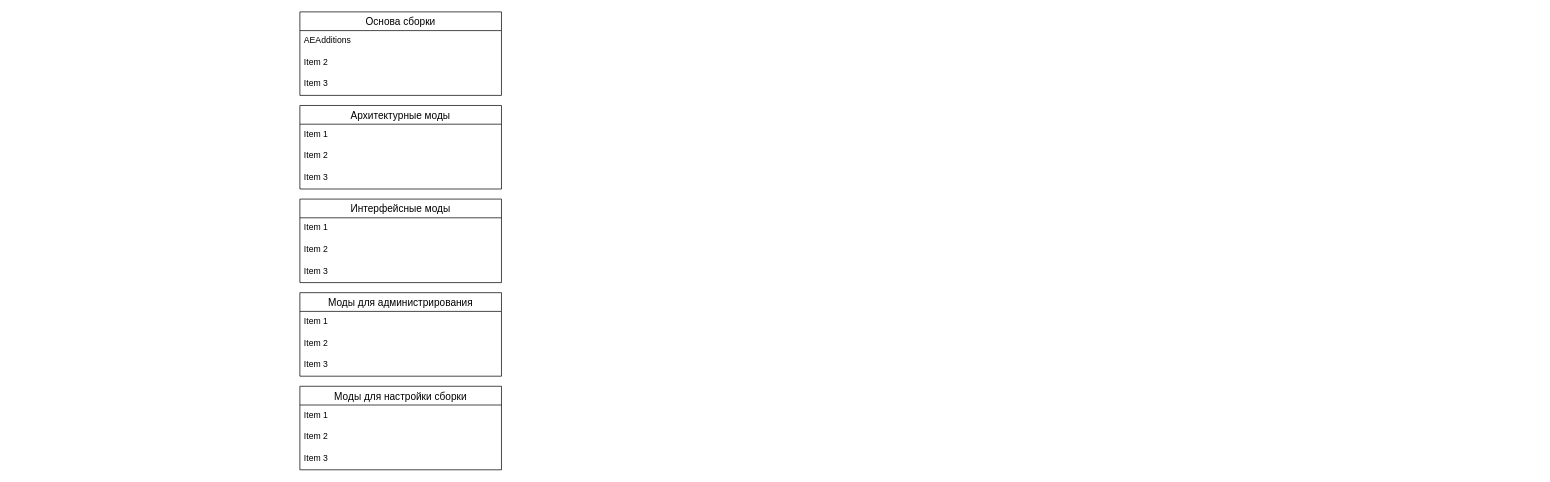
Above: modlist/modlist.drawio in IIAu2/IIAu2 (draw.io), before the change. Source tidied: cells renumbered, new cells numbered last; positions are measured from the earlier drawing's top-left corner, leaving out a move shared by most shapes. Both pictures are drawn from the tidied source at 72%, with x=0, y=0 at pixel (300, 12).
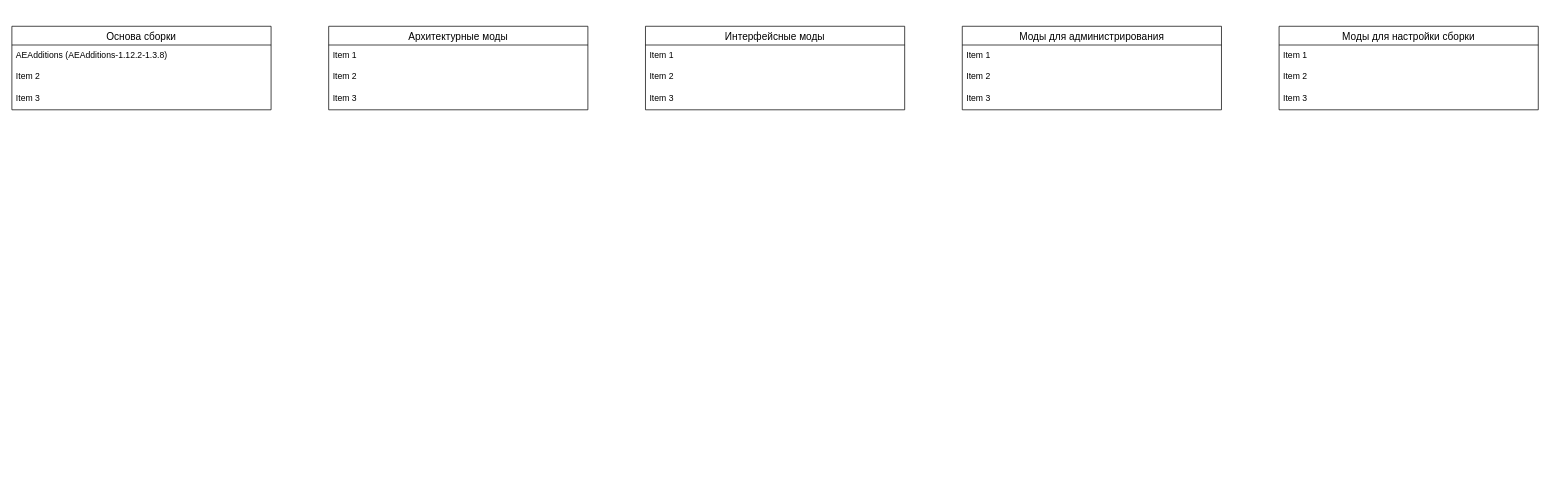
Above is the later version.

Commit message:
#1 Changed sizes and rearrange groups. Added One mod modlist.drawio

What changed in the source:
```diff
@@
     <mxCell id="2" value="Интерфейсные моды" style="swimlane;fontStyle=0;horizontal=1;startSize=26;align=center;fontSize=14;" parent="1" vertex="1">
-      <mxGeometry y="260" width="280" height="116" as="geometry" />
+      <mxGeometry x="480" y="20" width="360" height="116" as="geometry" />
     </mxCell>
     <mxCell id="3" value="Item 1" style="text;strokeColor=none;fillColor=none;spacingLeft=4;spacingRight=4;overflow=hidden;fontSize=12;" parent="2" vertex="1">
-      <mxGeometry y="26" width="280" height="30" as="geometry" />
+      <mxGeometry y="26" width="360" height="30" as="geometry" />
     </mxCell>
     <mxCell id="4" value="Item 2" style="text;strokeColor=none;fillColor=none;spacingLeft=4;spacingRight=4;overflow=hidden;fontSize=12;" parent="2" vertex="1">
-      <mxGeometry y="56" width="280" height="30" as="geometry" />
+      <mxGeometry y="56" width="360" height="30" as="geometry" />
     </mxCell>
     <mxCell id="5" value="Item 3" style="text;strokeColor=none;fillColor=none;spacingLeft=4;spacingRight=4;overflow=hidden;fontSize=12;" parent="2" vertex="1">
-      <mxGeometry y="86" width="280" height="30" as="geometry" />
+      <mxGeometry y="86" width="360" height="30" as="geometry" />
     </mxCell>
     <mxCell id="6" value="Моды для администрирования" style="swimlane;fontStyle=0;horizontal=1;startSize=26;align=center;fontSize=14;" parent="1" vertex="1">
-      <mxGeometry y="390" width="280" height="116" as="geometry" />
+      <mxGeometry x="920" y="20" width="360" height="116" as="geometry" />
     </mxCell>
     <mxCell id="7" value="Item 1" style="text;strokeColor=none;fillColor=none;spacingLeft=4;spacingRight=4;overflow=hidden;fontSize=12;" parent="6" vertex="1">
-      <mxGeometry y="26" width="280" height="30" as="geometry" />
+      <mxGeometry y="26" width="360" height="30" as="geometry" />
     </mxCell>
     <mxCell id="8" value="Item 2" style="text;strokeColor=none;fillColor=none;spacingLeft=4;spacingRight=4;overflow=hidden;fontSize=12;" parent="6" vertex="1">
-      <mxGeometry y="56" width="280" height="30" as="geometry" />
+      <mxGeometry y="56" width="360" height="30" as="geometry" />
     </mxCell>
     <mxCell id="9" value="Item 3" style="text;strokeColor=none;fillColor=none;spacingLeft=4;spacingRight=4;overflow=hidden;fontSize=12;" parent="6" vertex="1">
-      <mxGeometry y="86" width="280" height="30" as="geometry" />
+      <mxGeometry y="86" width="360" height="30" as="geometry" />
     </mxCell>
     <mxCell id="10" value="Архитектурные моды" style="swimlane;fontStyle=0;horizontal=1;startSize=26;align=center;fontSize=14;" parent="1" vertex="1">
-      <mxGeometry y="130" width="280" height="116" as="geometry" />
+      <mxGeometry x="40" y="20" width="360" height="116" as="geometry" />
     </mxCell>
     <mxCell id="11" value="Item 1" style="text;strokeColor=none;fillColor=none;spacingLeft=4;spacingRight=4;overflow=hidden;fontSize=12;" parent="10" vertex="1">
-      <mxGeometry y="26" width="280" height="30" as="geometry" />
+      <mxGeometry y="26" width="360" height="30" as="geometry" />
     </mxCell>
     <mxCell id="12" value="Item 2" style="text;strokeColor=none;fillColor=none;spacingLeft=4;spacingRight=4;overflow=hidden;fontSize=12;" parent="10" vertex="1">
-      <mxGeometry y="56" width="280" height="30" as="geometry" />
+      <mxGeometry y="56" width="360" height="30" as="geometry" />
     </mxCell>
     <mxCell id="13" value="Item 3" style="text;strokeColor=none;fillColor=none;spacingLeft=4;spacingRight=4;overflow=hidden;fontSize=12;" parent="10" vertex="1">
-      <mxGeometry y="86" width="280" height="30" as="geometry" />
+      <mxGeometry y="86" width="360" height="30" as="geometry" />
     </mxCell>
     <mxCell id="14" value="Основа сборки" style="swimlane;fontStyle=0;horizontal=1;startSize=26;align=center;fontSize=14;" parent="1" vertex="1">
-      <mxGeometry width="280" height="116" as="geometry" />
+      <mxGeometry x="-400" y="20" width="360" height="116" as="geometry" />
     </mxCell>
-    <mxCell id="15" value="AEAdditions" style="text;strokeColor=none;fillColor=none;spacingLeft=4;spacingRight=4;overflow=hidden;fontSize=12;" parent="14" vertex="1">
-      <mxGeometry y="26" width="280" height="30" as="geometry" />
+    <mxCell id="15" value="AEAdditions (AEAdditions-1.12.2-1.3.8)" style="text;strokeColor=none;fillColor=none;spacingLeft=4;spacingRight=4;overflow=hidden;fontSize=12;" parent="14" vertex="1">
+      <mxGeometry y="26" width="360" height="30" as="geometry" />
     </mxCell>
     <mxCell id="16" value="Item 2" style="text;strokeColor=none;fillColor=none;spacingLeft=4;spacingRight=4;overflow=hidden;fontSize=12;" parent="14" vertex="1">
-      <mxGeometry y="56" width="280" height="30" as="geometry" />
+      <mxGeometry y="56" width="360" height="30" as="geometry" />
     </mxCell>
     <mxCell id="17" value="Item 3" style="text;strokeColor=none;fillColor=none;spacingLeft=4;spacingRight=4;overflow=hidden;fontSize=12;" parent="14" vertex="1">
-      <mxGeometry y="86" width="280" height="30" as="geometry" />
+      <mxGeometry y="86" width="360" height="30" as="geometry" />
     </mxCell>
     <mxCell id="18" value="Моды для настройки сборки" style="swimlane;fontStyle=0;horizontal=1;startSize=26;align=center;fontSize=14;" parent="1" vertex="1">
-      <mxGeometry y="520" width="280" height="116" as="geometry" />
+      <mxGeometry x="1360" y="20" width="360" height="116" as="geometry" />
     </mxCell>
     <mxCell id="19" value="Item 1" style="text;strokeColor=none;fillColor=none;spacingLeft=4;spacingRight=4;overflow=hidden;fontSize=12;" parent="18" vertex="1">
-      <mxGeometry y="26" width="280" height="30" as="geometry" />
+      <mxGeometry y="26" width="360" height="30" as="geometry" />
     </mxCell>
     <mxCell id="20" value="Item 2" style="text;strokeColor=none;fillColor=none;spacingLeft=4;spacingRight=4;overflow=hidden;fontSize=12;" parent="18" vertex="1">
-      <mxGeometry y="56" width="280" height="30" as="geometry" />
+      <mxGeometry y="56" width="360" height="30" as="geometry" />
     </mxCell>
     <mxCell id="21" value="Item 3" style="text;strokeColor=none;fillColor=none;spacingLeft=4;spacingRight=4;overflow=hidden;fontSize=12;" parent="18" vertex="1">
-      <mxGeometry y="86" width="280" height="30" as="geometry" />
+      <mxGeometry y="86" width="360" height="30" as="geometry" />
     </mxCell>
```
